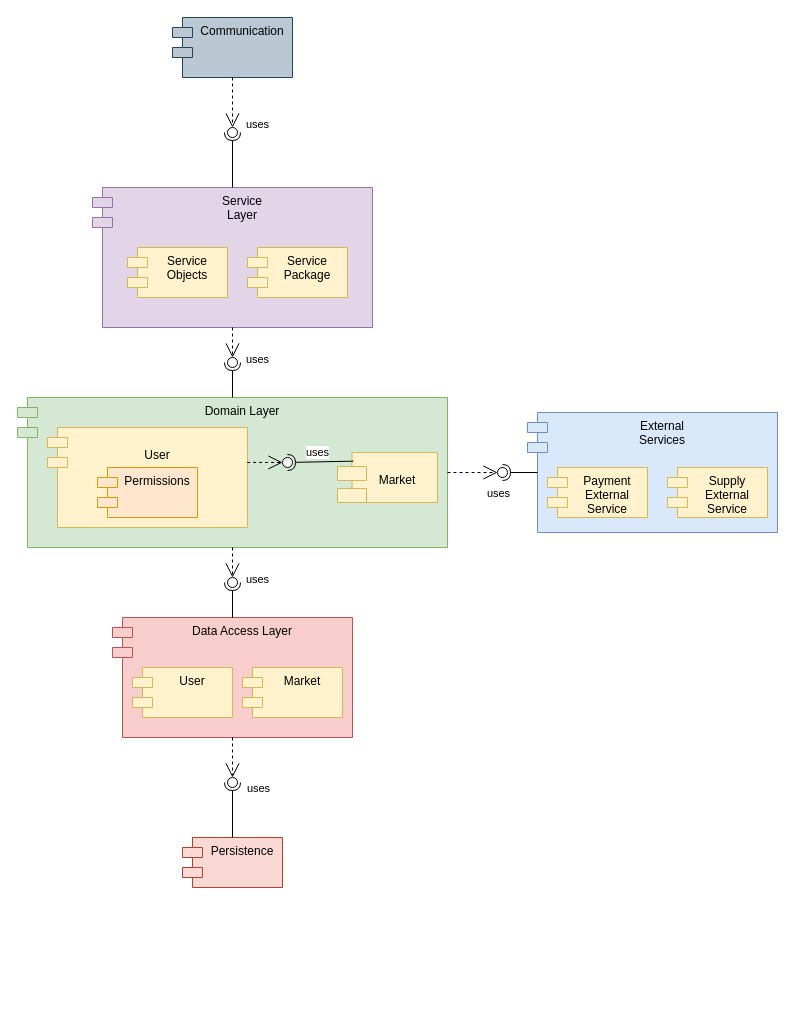
The draw.io diagram page "Component Diagram" (2 of 2) of Workshop.drawio in itaitzruia4/Workshop, before the edit. Source tidied: cells renumbered, new cells numbered last; positions are measured from the earlier drawing's top-left corner, leaving out a move shared by most shapes. Both pictures are drawn from the tidied source at 100%, with x=0, y=0 at pixel (17, 17).
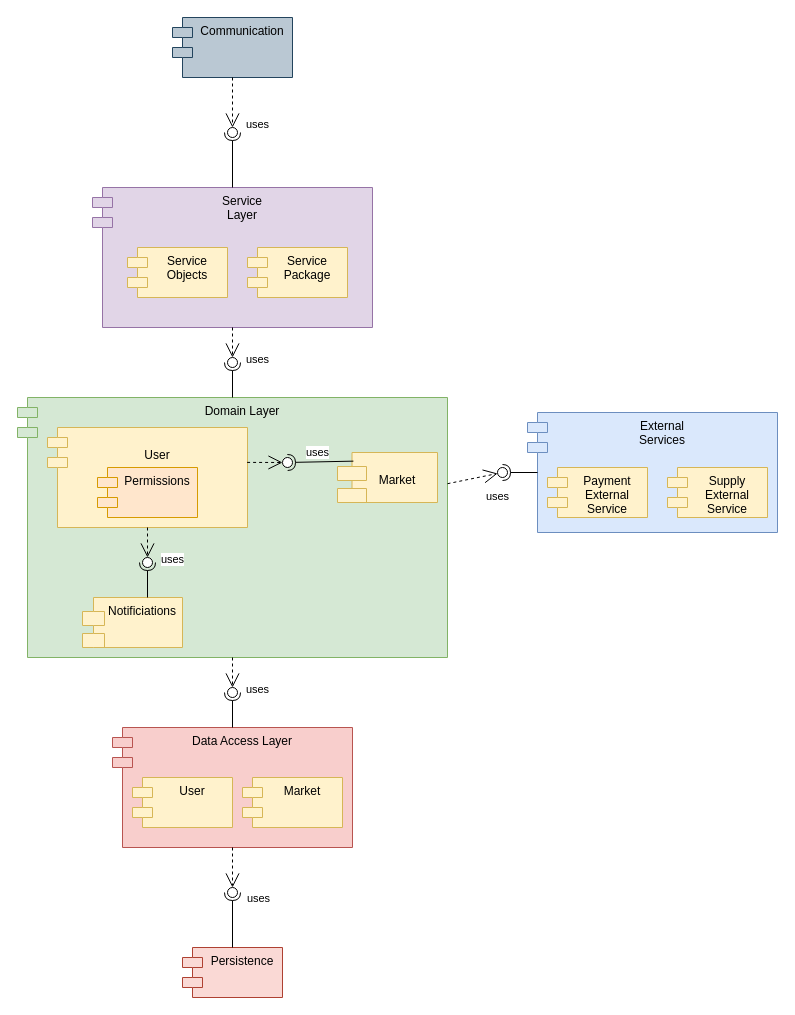
The same page after the edit.

Commit message:
Added notifications component

The edit, as a diff of the source:
```diff
@@
     <mxCell id="2" value="Data Access Layer" style="shape=module;align=left;spacingLeft=20;align=center;verticalAlign=top;fillColor=#f8cecc;strokeColor=#b85450;" parent="1" vertex="1">
-      <mxGeometry x="95" y="600" width="240" height="120" as="geometry" />
+      <mxGeometry x="95" y="710" width="240" height="120" as="geometry" />
     </mxCell>
     <mxCell id="3" value="Domain Layer" style="shape=module;align=left;spacingLeft=20;align=center;verticalAlign=top;fillColor=#d5e8d4;strokeColor=#82b366;" parent="1" vertex="1">
-      <mxGeometry y="380" width="430" height="150" as="geometry" />
+      <mxGeometry y="380" width="430" height="260" as="geometry" />
     </mxCell>
@@
     <mxCell id="6" value="Persistence" style="shape=module;align=left;spacingLeft=20;align=center;verticalAlign=top;fillColor=#fad9d5;strokeColor=#ae4132;" parent="1" vertex="1">
-      <mxGeometry x="165" y="820" width="100" height="50" as="geometry" />
+      <mxGeometry x="165" y="930" width="100" height="50" as="geometry" />
     </mxCell>
@@
     <mxCell id="15" value="Market" style="shape=module;align=left;spacingLeft=20;align=center;verticalAlign=top;fillColor=#fff2cc;strokeColor=#d6b656;" parent="1" vertex="1">
-      <mxGeometry x="225" y="650" width="100" height="50" as="geometry" />
+      <mxGeometry x="225" y="760" width="100" height="50" as="geometry" />
     </mxCell>
     <mxCell id="16" value="User" style="shape=module;align=left;spacingLeft=20;align=center;verticalAlign=top;fillColor=#fff2cc;strokeColor=#d6b656;" parent="1" vertex="1">
-      <mxGeometry x="115" y="650" width="100" height="50" as="geometry" />
+      <mxGeometry x="115" y="760" width="100" height="50" as="geometry" />
     </mxCell>
@@
     <mxCell id="23" style="ellipse;whiteSpace=wrap;html=1;align=center;points=[];outlineConnect=0;sketch=0;" parent="1" vertex="1">
-      <mxGeometry x="210" y="560" width="10" height="10" as="geometry" />
+      <mxGeometry x="210" y="670" width="10" height="10" as="geometry" />
     </mxCell>
-    <mxCell id="24" style="endArrow=open;endSize=12;dashed=1;html=1;rounded=0;" parent="1" edge="1" source="3" target="23">
+    <mxCell id="24" style="endArrow=open;endSize=12;dashed=1;html=1;rounded=0;exitX=0.5;exitY=1;exitDx=0;exitDy=0;" parent="1" edge="1" source="3" target="23">
       <mxGeometry x="0.47" y="-72" relative="1" as="geometry" />
     </mxCell>
@@
     <mxCell id="31" style="ellipse;whiteSpace=wrap;html=1;align=center;points=[];outlineConnect=0;sketch=0;" parent="1" vertex="1">
-      <mxGeometry x="210" y="760" width="10" height="10" as="geometry" />
+      <mxGeometry x="210" y="870" width="10" height="10" as="geometry" />
     </mxCell>
@@
+    <mxCell id="42" value="Notificiations" style="shape=module;align=left;spacingLeft=20;align=center;verticalAlign=top;fillColor=#fff2cc;strokeColor=#d6b656;jettyWidth=22;jettyHeight=14;" parent="1" vertex="1">
+      <mxGeometry x="65" y="580" width="100" height="50" as="geometry" />
+    </mxCell>
+    <mxCell id="43" style="rounded=0;jettySize=auto;html=1;endArrow=halfCircle;endFill=0;entryX=0.5;entryY=0.5;endSize=6;strokeWidth=1;sketch=0;" parent="1" edge="1" target="44">
+      <mxGeometry relative="1" as="geometry">
+        <mxPoint x="130" y="580" as="sourcePoint" />
+      </mxGeometry>
+    </mxCell>
+    <mxCell id="44" style="ellipse;whiteSpace=wrap;html=1;align=center;points=[];outlineConnect=0;sketch=0;" parent="1" vertex="1">
+      <mxGeometry x="125" y="540" width="10" height="10" as="geometry" />
+    </mxCell>
+    <mxCell id="45" style="endArrow=open;endSize=12;dashed=1;html=1;rounded=0;" parent="1" edge="1" target="44">
+      <mxGeometry x="0.47" y="-72" relative="1" as="geometry">
+        <mxPoint x="130" y="510" as="sourcePoint" />
+      </mxGeometry>
+    </mxCell>
+    <mxCell id="46" value="uses" style="edgeLabel;html=1;align=center;verticalAlign=middle;" parent="45" vertex="1">
+      <mxGeometry x="0.52" y="2" relative="1" as="geometry">
+        <mxPoint x="22" y="8" as="offset" />
+      </mxGeometry>
+    </mxCell>
```
